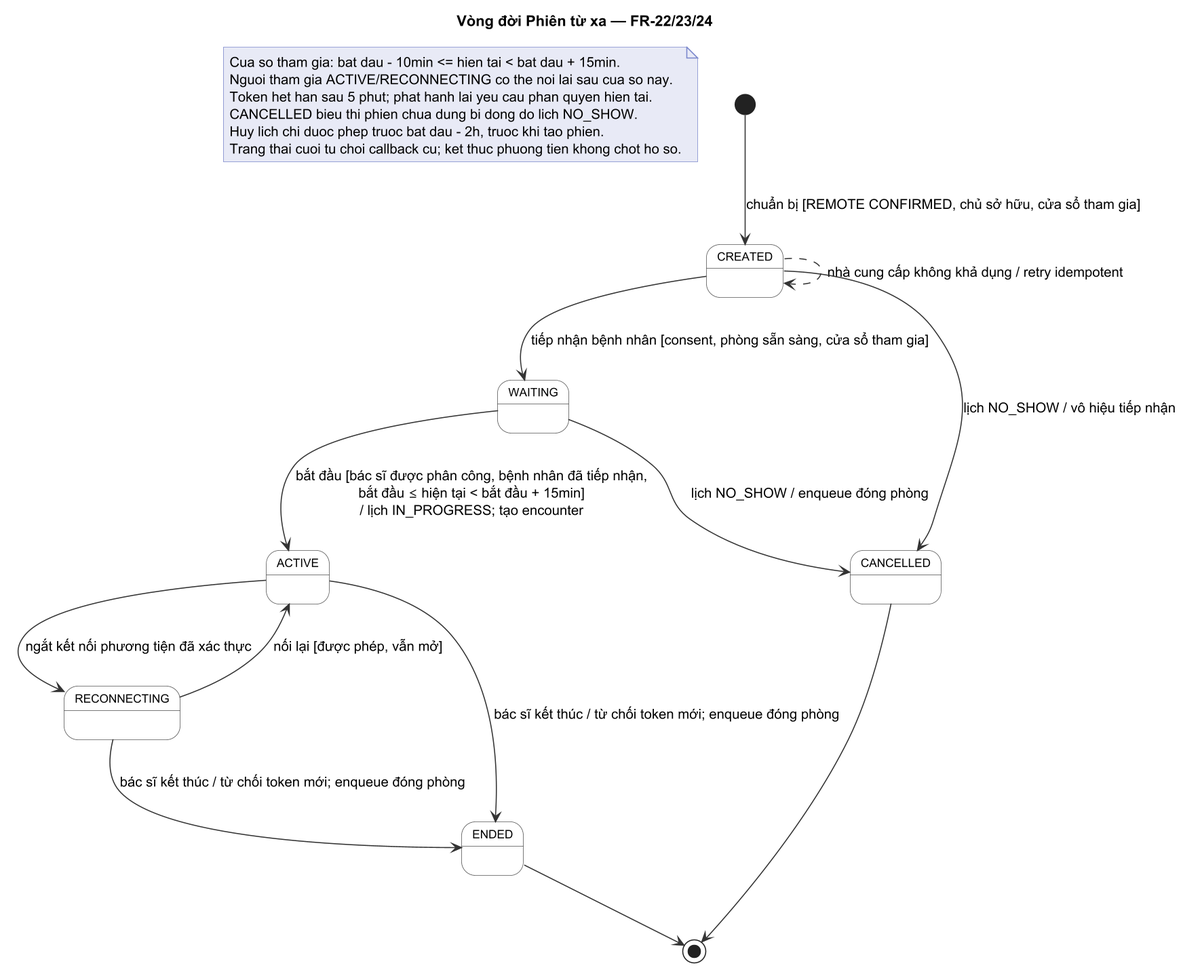
Earlier version of the PlantUML export docs/design/state-diagrams/telehealth.png (Samie32/SE-project).
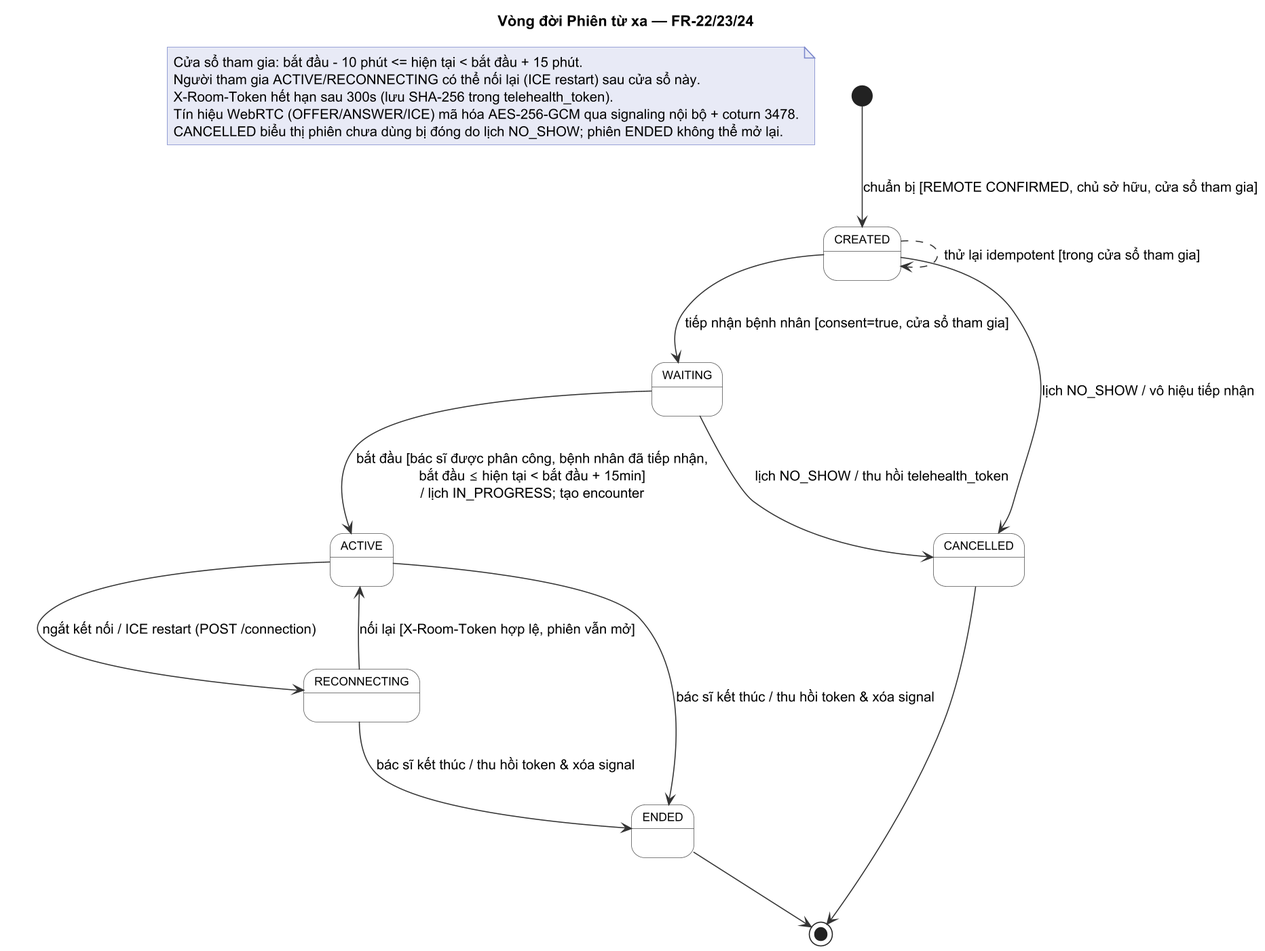
Later version of the same file.

What changed in the source:
```diff
@@ -14,34 +14,33 @@
 
 [*] --> CREATED : chuẩn bị [REMOTE CONFIRMED, chủ sở hữu, cửa sổ tham gia]
 
-CREATED -[dashed]-> CREATED : nhà cung cấp không khả dụng / retry idempotent
+CREATED -[dashed]-> CREATED : thử lại idempotent [trong cửa sổ tham gia]
 
-CREATED --> WAITING : tiếp nhận bệnh nhân [consent, phòng sẵn sàng, cửa sổ tham gia]
+CREATED --> WAITING : tiếp nhận bệnh nhân [consent=true, cửa sổ tham gia]
 
 CREATED --> CANCELLED : lịch NO_SHOW / vô hiệu tiếp nhận
 
 WAITING --> ACTIVE : bắt đầu [bác sĩ được phân công, bệnh nhân đã tiếp nhận,\nbắt đầu ≤ hiện tại < bắt đầu + 15min]\n/ lịch IN_PROGRESS; tạo encounter
 
-WAITING --> CANCELLED : lịch NO_SHOW / enqueue đóng phòng
+WAITING --> CANCELLED : lịch NO_SHOW / thu hồi telehealth_token
 
-ACTIVE --> RECONNECTING : ngắt kết nối phương tiện đã xác thực
+ACTIVE --> RECONNECTING : ngắt kết nối / ICE restart (POST /connection)
 
-RECONNECTING --> ACTIVE : nối lại [được phép, vẫn mở]
+RECONNECTING --> ACTIVE : nối lại [X-Room-Token hợp lệ, phiên vẫn mở]
 
-ACTIVE --> ENDED : bác sĩ kết thúc / từ chối token mới; enqueue đóng phòng
+ACTIVE --> ENDED : bác sĩ kết thúc / thu hồi token & xóa signal
 
-RECONNECTING --> ENDED : bác sĩ kết thúc / từ chối token mới; enqueue đóng phòng
+RECONNECTING --> ENDED : bác sĩ kết thúc / thu hồi token & xóa signal
 
 ENDED --> [*]
 CANCELLED --> [*]
 
 note as N1
-  Cua so tham gia: bat dau - 10min <= hien tai < bat dau + 15min.
-  Nguoi tham gia ACTIVE/RECONNECTING co the noi lai sau cua so nay.
-  Token het han sau 5 phut; phat hanh lai yeu cau phan quyen hien tai.
-  CANCELLED bieu thi phien chua dung bi dong do lich NO_SHOW.
-  Huy lich chi duoc phep truoc bat dau - 2h, truoc khi tao phien.
-  Trang thai cuoi tu choi callback cu; ket thuc phuong tien khong chot ho so.
+  Cửa sổ tham gia: bắt đầu - 10 phút <= hiện tại < bắt đầu + 15 phút.
+  Người tham gia ACTIVE/RECONNECTING có thể nối lại (ICE restart) sau cửa sổ này.
+  X-Room-Token hết hạn sau 300s (lưu SHA-256 trong telehealth_token).
+  Tín hiệu WebRTC (OFFER/ANSWER/ICE) mã hóa AES-256-GCM qua signaling nội bộ + coturn 3478.
+  CANCELLED biểu thị phiên chưa dùng bị đóng do lịch NO_SHOW; phiên ENDED không thể mở lại.
 end note
 
 @enduml
```
